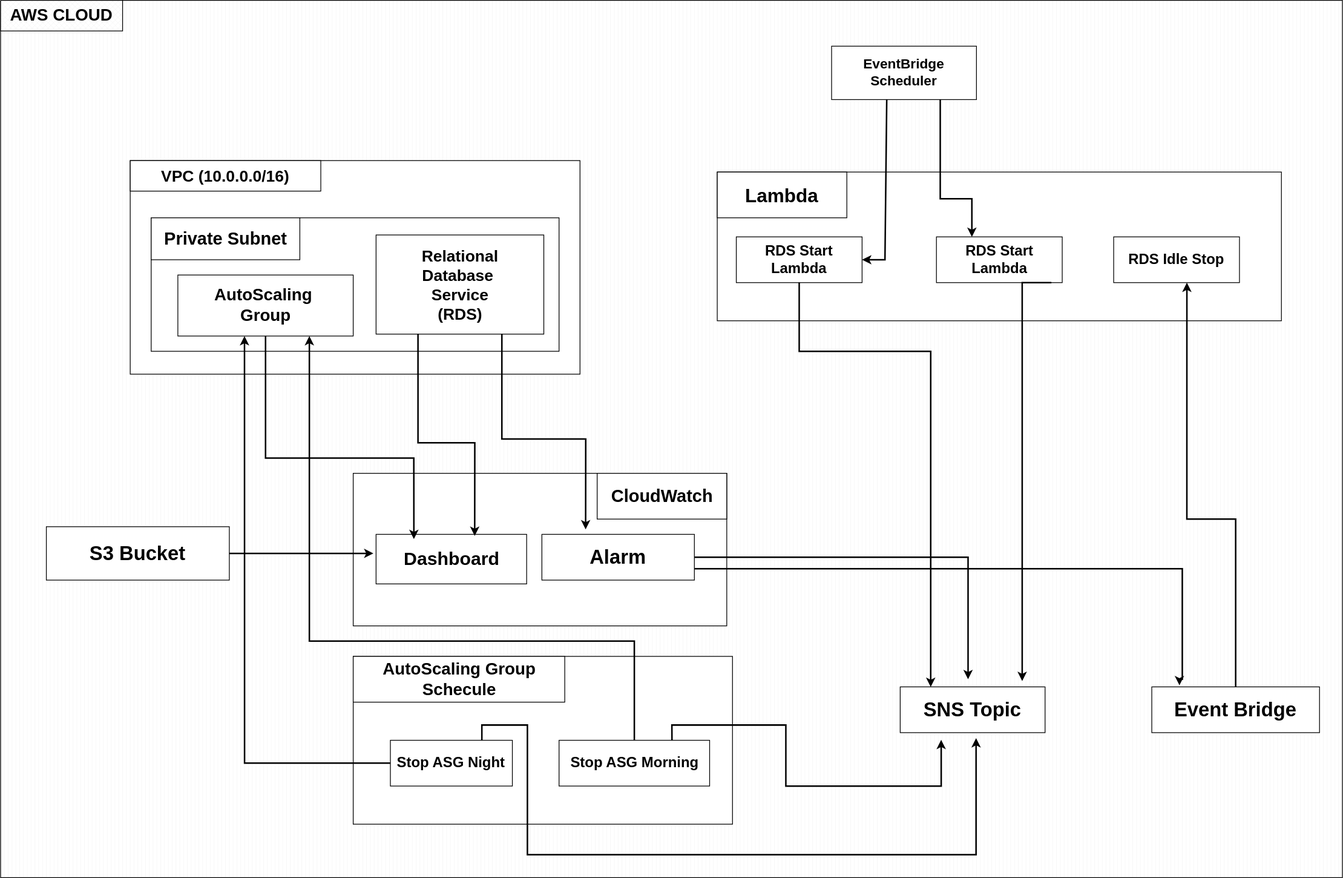
Above: Project 1/diagrams/FinOps Architecture Diagram.svg in swapnil-lakra/AWS-Real-World-Problem-Solving-Projects (draw.io), before the change. Source tidied: cells renumbered, new cells last; positions are measured from the earlier drawing's top-left corner, leaving out a move shared by most shapes.
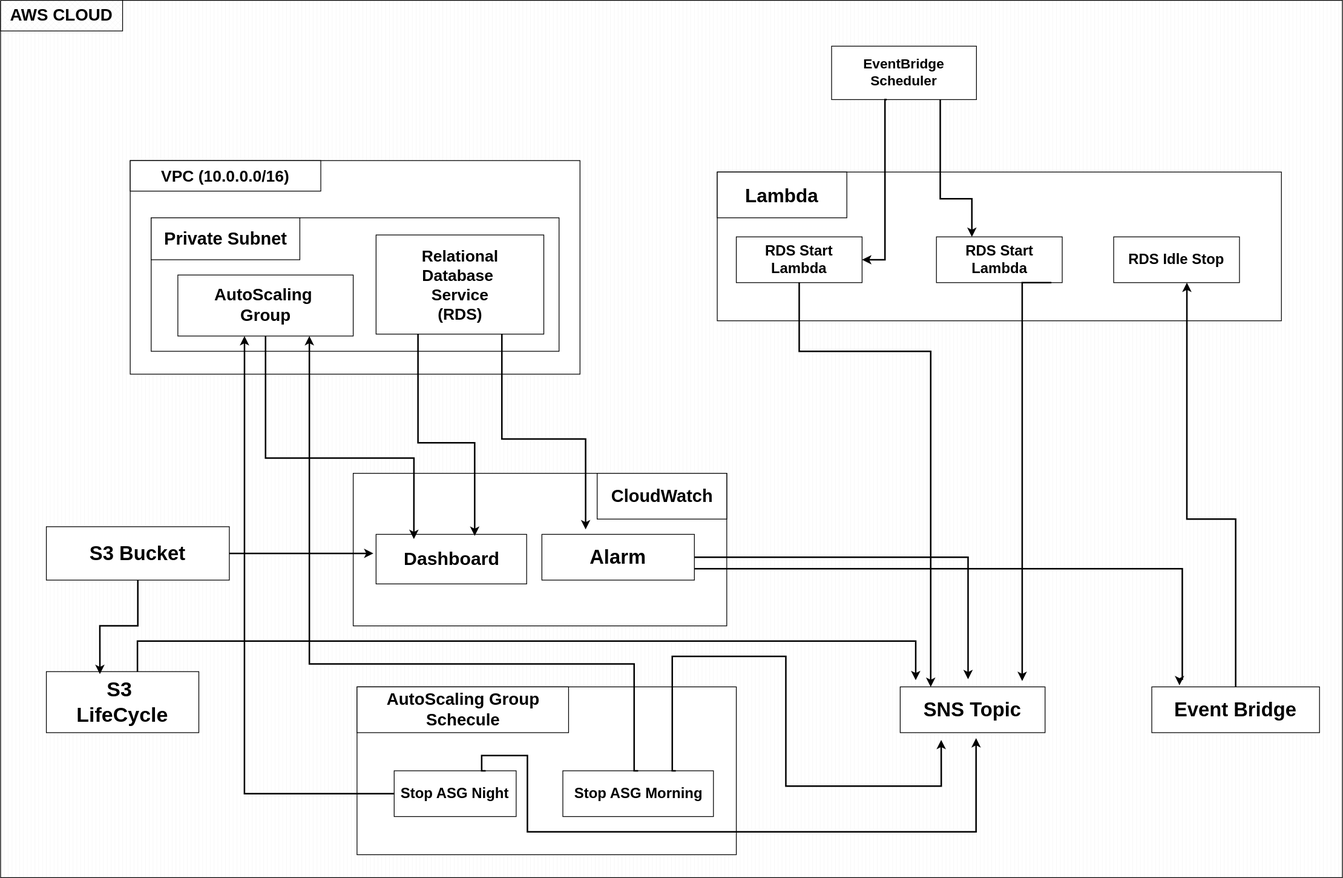
Later version of the same file.

Change to the diagram source:
```diff
@@ -132,10 +132,10 @@
       </mxGeometry>
     </mxCell>
     <mxCell id="32" style="rounded=0;whiteSpace=wrap;html=1;" parent="1" vertex="1">
-      <mxGeometry x="462.5" y="860" width="497.5" height="220" as="geometry" />
+      <mxGeometry x="467.5" y="900" width="497.5" height="220" as="geometry" />
     </mxCell>
     <mxCell id="33" value="&lt;b&gt;&lt;font style=&quot;font-size: 22px;&quot;&gt;AutoScaling Group Schecule&lt;/font&gt;&lt;/b&gt;" style="rounded=0;whiteSpace=wrap;html=1;" parent="1" vertex="1">
-      <mxGeometry x="462.5" y="860" width="277.5" height="60" as="geometry" />
+      <mxGeometry x="467.5" y="900" width="277.5" height="60" as="geometry" />
     </mxCell>
     <mxCell id="34" style="edgeStyle=orthogonalEdgeStyle;rounded=0;orthogonalLoop=1;jettySize=auto;html=1;exitX=0.75;exitY=1;exitDx=0;exitDy=0;entryX=0.746;entryY=0.776;entryDx=0;entryDy=0;entryPerimeter=0;strokeWidth=2;" parent="1" edge="1">
       <mxGeometry relative="1" as="geometry">
@@ -152,16 +152,17 @@
       </mxGeometry>
     </mxCell>
     <mxCell id="36" value="&lt;b&gt;&lt;font style=&quot;font-size: 19px;&quot;&gt;Stop ASG Night&lt;/font&gt;&lt;/b&gt;" style="rounded=0;whiteSpace=wrap;html=1;" parent="1" vertex="1">
-      <mxGeometry x="511.2" y="970" width="160" height="60" as="geometry" />
+      <mxGeometry x="516.2" y="1010" width="160" height="60" as="geometry" />
     </mxCell>
     <mxCell id="37" value="&lt;b&gt;&lt;font style=&quot;font-size: 19px;&quot;&gt;Stop ASG Morning&lt;/font&gt;&lt;/b&gt;" style="rounded=0;whiteSpace=wrap;html=1;" parent="1" vertex="1">
-      <mxGeometry x="732.5" y="970" width="197.5" height="60" as="geometry" />
+      <mxGeometry x="737.5" y="1010" width="197.5" height="60" as="geometry" />
     </mxCell>
     <mxCell id="38" style="edgeStyle=orthogonalEdgeStyle;rounded=0;jettySize=auto;html=1;exitX=0.75;exitY=0;exitDx=0;exitDy=0;entryX=0.701;entryY=0.843;entryDx=0;entryDy=0;entryPerimeter=0;strokeWidth=2;" parent="1" edge="1" source="37" target="2">
       <mxGeometry relative="1" as="geometry">
         <Array as="points">
-          <mxPoint x="881" y="950" />
-          <mxPoint x="1030" y="950" />
+          <mxPoint x="881" y="1010" />
+          <mxPoint x="881" y="860" />
+          <mxPoint x="1030" y="860" />
           <mxPoint x="1030" y="1030" />
           <mxPoint x="1234" y="1030" />
         </Array>
@@ -170,10 +171,11 @@
     <mxCell id="39" style="edgeStyle=orthogonalEdgeStyle;rounded=0;jettySize=auto;html=1;exitX=0.75;exitY=0;exitDx=0;exitDy=0;entryX=0.727;entryY=0.841;entryDx=0;entryDy=0;entryPerimeter=0;strokeWidth=2;" parent="1" edge="1" source="36" target="2">
       <mxGeometry relative="1" as="geometry">
         <Array as="points">
-          <mxPoint x="631" y="950" />
-          <mxPoint x="691" y="950" />
-          <mxPoint x="691" y="1120" />
-          <mxPoint x="1280" y="1120" />
+          <mxPoint x="631" y="1010" />
+          <mxPoint x="631" y="990" />
+          <mxPoint x="691" y="990" />
+          <mxPoint x="691" y="1090" />
+          <mxPoint x="1279" y="1090" />
         </Array>
       </mxGeometry>
     </mxCell>
@@ -183,8 +185,9 @@
     <mxCell id="41" style="edgeStyle=orthogonalEdgeStyle;rounded=0;jettySize=auto;html=1;exitX=0.5;exitY=0;exitDx=0;exitDy=0;strokeWidth=2;entryX=0.75;entryY=1;entryDx=0;entryDy=0;" parent="1" edge="1" source="37" target="12">
       <mxGeometry relative="1" as="geometry">
         <Array as="points">
-          <mxPoint x="831" y="840" />
-          <mxPoint x="405" y="840" />
+          <mxPoint x="831" y="1010" />
+          <mxPoint x="831" y="870" />
+          <mxPoint x="405" y="870" />
         </Array>
       </mxGeometry>
     </mxCell>
@@ -204,5 +207,24 @@
         </Array>
       </mxGeometry>
     </mxCell>
+    <mxCell id="44" style="edgeStyle=orthogonalEdgeStyle;rounded=0;orthogonalLoop=1;jettySize=auto;html=1;exitX=0.102;exitY=0.777;exitDx=0;exitDy=0;entryX=0.682;entryY=0.775;entryDx=0;entryDy=0;entryPerimeter=0;strokeWidth=2;exitPerimeter=0;" parent="1" edge="1" source="2" target="2">
+      <mxGeometry relative="1" as="geometry">
+        <Array as="points">
+          <mxPoint x="179" y="840" />
+          <mxPoint x="1200" y="840" />
+        </Array>
+      </mxGeometry>
+    </mxCell>
+    <mxCell id="45" value="&lt;font style=&quot;font-size: 27px;&quot;&gt;&lt;b style=&quot;&quot;&gt;S3&amp;nbsp;&lt;/b&gt;&lt;/font&gt;&lt;div&gt;&lt;font style=&quot;font-size: 27px;&quot;&gt;&lt;b style=&quot;&quot;&gt;LifeCycle&lt;/b&gt;&lt;/font&gt;&lt;/div&gt;" style="rounded=0;whiteSpace=wrap;html=1;" parent="1" vertex="1">
+      <mxGeometry x="60" y="880" width="200" height="80" as="geometry" />
+    </mxCell>
+    <mxCell id="46" style="edgeStyle=orthogonalEdgeStyle;rounded=0;jettySize=auto;html=1;exitX=0.5;exitY=1;exitDx=0;exitDy=0;entryX=0.074;entryY=0.768;entryDx=0;entryDy=0;entryPerimeter=0;strokeWidth=2;" parent="1" edge="1" source="9" target="2">
+      <mxGeometry relative="1" as="geometry">
+        <Array as="points">
+          <mxPoint x="180" y="820" />
+          <mxPoint x="130" y="820" />
+        </Array>
+      </mxGeometry>
+    </mxCell>
   </root>
 </mxGraphModel>
```
